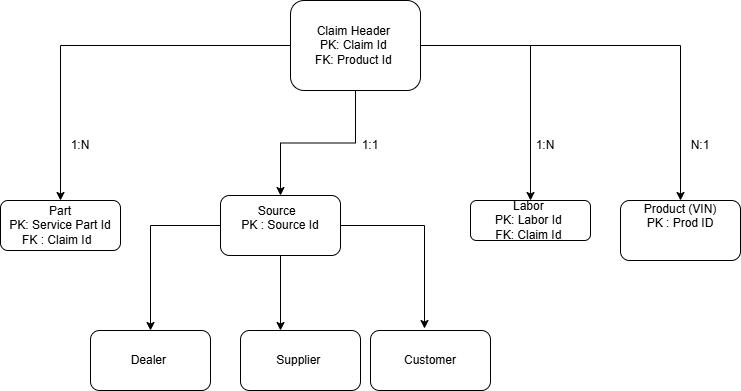
Before: Claim Data Model_Logical.drawio.png, a diagram exported from draw.io (Mouparna-commit/Sql). Source tidied: cells renumbered, new cells last; positions are measured from the earlier drawing's top-left corner, leaving out a move shared by most shapes.
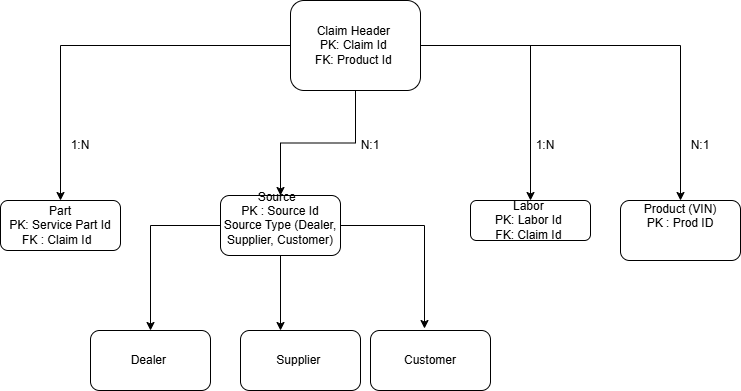
Above is the later version.

Diff of the diagram source:
```diff
@@ -37,10 +37,10 @@
         </Array>
       </mxGeometry>
     </mxCell>
-    <mxCell id="12" value="Source&amp;nbsp;&amp;nbsp;&lt;br&gt;PK : Source Id&lt;div&gt;&lt;br&gt;&lt;/div&gt;" style="rounded=1;whiteSpace=wrap;html=1;" parent="1" vertex="1">
+    <mxCell id="12" value="Source&amp;nbsp;&amp;nbsp;&lt;br&gt;PK : Source Id&lt;div&gt;Source Type (Dealer, Supplier, Customer)&lt;br&gt;&lt;div&gt;&lt;br&gt;&lt;/div&gt;&lt;/div&gt;" style="rounded=1;whiteSpace=wrap;html=1;" parent="1" vertex="1">
       <mxGeometry x="220" y="195" width="120" height="60" as="geometry" />
     </mxCell>
-    <mxCell id="13" value="1:1" style="text;html=1;whiteSpace=wrap;strokeColor=none;fillColor=none;align=center;verticalAlign=middle;rounded=0;" parent="1" vertex="1">
+    <mxCell id="13" value="N:1" style="text;html=1;whiteSpace=wrap;strokeColor=none;fillColor=none;align=center;verticalAlign=middle;rounded=0;" parent="1" vertex="1">
       <mxGeometry x="340" y="130" width="60" height="30" as="geometry" />
     </mxCell>
     <mxCell id="14" value="Product (VIN)&lt;div&gt;PK : Prod ID&lt;br&gt;&lt;br&gt;&lt;/div&gt;&lt;div&gt;&lt;br&gt;&lt;/div&gt;" style="whiteSpace=wrap;html=1;rounded=1;" parent="1" vertex="1">
```
